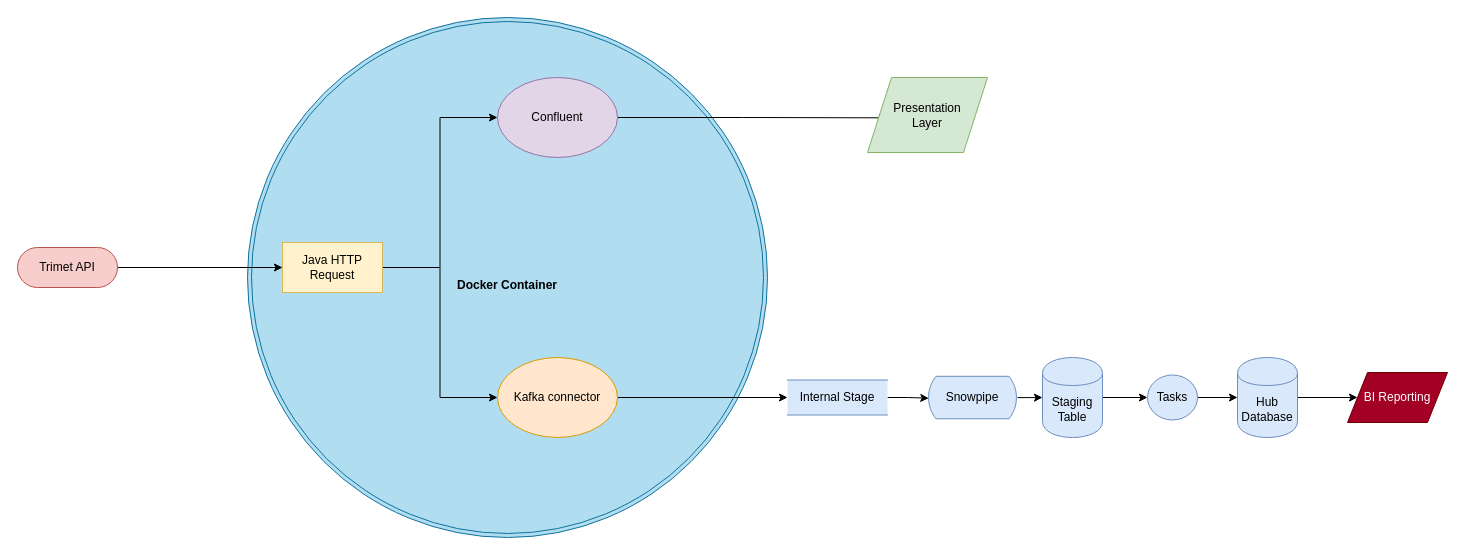
This is page "Version 2" (2 of 2) of Transportation Hub DFD.drawio from ResourceDataInc/TransportationHub, a draw.io file, before an edit. Source tidied: cells renumbered, new cells numbered last; positions are measured from the earlier drawing's top-left corner, leaving out a move shared by most shapes. Both pictures are drawn from the tidied source at 100%, with x=0, y=0 at pixel (17, 17).
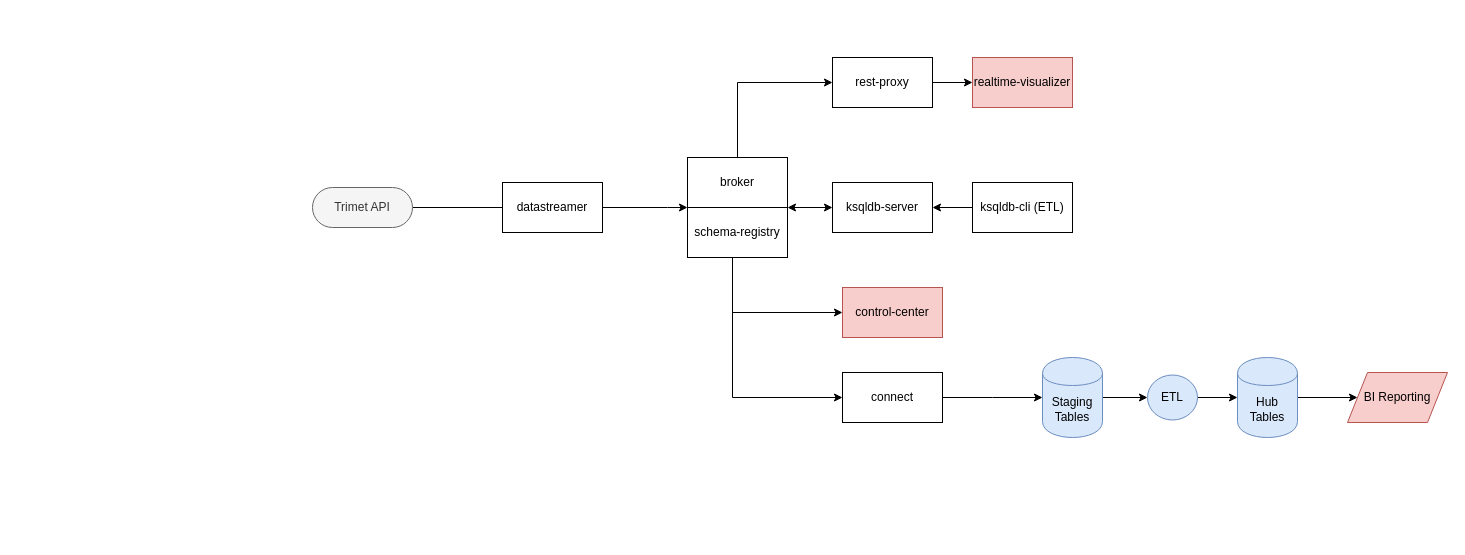
After the change.

What changed in the source:
```diff
@@
-    <mxCell id="2" value="&lt;br&gt;&lt;b&gt;Docker Container&lt;/b&gt;" style="ellipse;shape=doubleEllipse;html=1;dashed=0;whiteSpace=wrap;fillColor=#b1ddf0;strokeColor=#10739e;" parent="1" vertex="1">
-      <mxGeometry x="230" width="520" height="520" as="geometry" />
-    </mxCell>
-    <mxCell id="3" style="edgeStyle=orthogonalEdgeStyle;rounded=0;jettySize=auto;html=1;exitX=1;exitY=0.5;exitDx=0;exitDy=0;entryX=0;entryY=0.5;entryDx=0;entryDy=0;" parent="1" edge="1" source="4" target="11">
-      <mxGeometry relative="1" as="geometry" />
-    </mxCell>
-    <mxCell id="4" value="Kafka connector" style="ellipse;whiteSpace=wrap;html=1;fillColor=#ffe6cc;strokeColor=#d79b00;" parent="1" vertex="1">
-      <mxGeometry x="480" y="340" width="120" height="80" as="geometry" />
-    </mxCell>
-    <mxCell id="5" style="edgeStyle=orthogonalEdgeStyle;rounded=0;jettySize=auto;html=1;" parent="1" edge="1" source="6" target="9">
-      <mxGeometry relative="1" as="geometry" />
+    <mxCell id="5" style="edgeStyle=orthogonalEdgeStyle;rounded=0;jettySize=auto;html=1;" parent="1" edge="1" source="6">
+      <mxGeometry relative="1" as="geometry">
+        <mxPoint x="560" y="190" as="targetPoint" />
+      </mxGeometry>
     </mxCell>
-    <mxCell id="6" value="Trimet API" style="html=1;dashed=0;whiteSpace=wrap;shape=mxgraph.dfd.start;fillColor=#f8cecc;strokeColor=#b85450;" parent="1" vertex="1">
-      <mxGeometry y="230" width="100" height="40" as="geometry" />
+    <mxCell id="6" value="Trimet API" style="html=1;dashed=0;whiteSpace=wrap;shape=mxgraph.dfd.start;fillColor=#f5f5f5;strokeColor=#666666;fontColor=#333333;" parent="1" vertex="1">
+      <mxGeometry x="295" y="170" width="100" height="40" as="geometry" />
     </mxCell>
-    <mxCell id="7" style="edgeStyle=orthogonalEdgeStyle;rounded=0;jettySize=auto;html=1;entryX=0;entryY=0.5;entryDx=0;entryDy=0;" parent="1" edge="1" source="9" target="4">
-      <mxGeometry relative="1" as="geometry" />
-    </mxCell>
-    <mxCell id="8" style="edgeStyle=orthogonalEdgeStyle;rounded=0;jettySize=auto;html=1;entryX=0;entryY=0.5;entryDx=0;entryDy=0;" parent="1" edge="1" source="9" target="17">
-      <mxGeometry relative="1" as="geometry" />
-    </mxCell>
-    <mxCell id="9" value="Java HTTP Request" style="html=1;dashed=0;whiteSpace=wrap;fillColor=#fff2cc;strokeColor=#d6b656;" parent="1" vertex="1">
-      <mxGeometry x="265" y="225" width="100" height="50" as="geometry" />
-    </mxCell>
-    <mxCell id="10" style="edgeStyle=orthogonalEdgeStyle;rounded=0;jettySize=auto;html=1;entryX=0.014;entryY=0.515;entryDx=0;entryDy=0;entryPerimeter=0;" parent="1" edge="1" source="11" target="13">
-      <mxGeometry relative="1" as="geometry" />
-    </mxCell>
-    <mxCell id="11" value="Internal Stage" style="html=1;dashed=0;whiteSpace=wrap;shape=partialRectangle;right=0;left=0;fillColor=#dae8fc;strokeColor=#6c8ebf;" parent="1" vertex="1">
-      <mxGeometry x="770" y="362.5" width="100" height="35" as="geometry" />
-    </mxCell>
-    <mxCell id="12" style="edgeStyle=orthogonalEdgeStyle;rounded=0;jettySize=auto;html=1;" parent="1" edge="1" source="13" target="15">
-      <mxGeometry relative="1" as="geometry" />
-    </mxCell>
-    <mxCell id="13" value="Snowpipe" style="html=1;dashed=0;whiteSpace=wrap;shape=mxgraph.dfd.loop;fillColor=#dae8fc;strokeColor=#6c8ebf;" parent="1" vertex="1">
-      <mxGeometry x="910" y="358.8" width="90" height="42.5" as="geometry" />
-    </mxCell>
@@
-    <mxCell id="15" value="Staging Table" style="shape=cylinder;whiteSpace=wrap;html=1;boundedLbl=1;backgroundOutline=1;fillColor=#dae8fc;strokeColor=#6c8ebf;" parent="1" vertex="1">
+    <mxCell id="15" value="Staging Tables" style="shape=cylinder;whiteSpace=wrap;html=1;boundedLbl=1;backgroundOutline=1;fillColor=#dae8fc;strokeColor=#6c8ebf;" parent="1" vertex="1">
       <mxGeometry x="1025" y="340" width="60" height="80" as="geometry" />
     </mxCell>
-    <mxCell id="16" style="edgeStyle=orthogonalEdgeStyle;rounded=0;jettySize=auto;html=1;entryX=0.167;entryY=0.538;entryDx=0;entryDy=0;entryPerimeter=0;" parent="1" edge="1" source="17" target="18">
-      <mxGeometry relative="1" as="geometry" />
-    </mxCell>
-    <mxCell id="17" value="Confluent" style="ellipse;whiteSpace=wrap;html=1;fillColor=#e1d5e7;strokeColor=#9673a6;" parent="1" vertex="1">
-      <mxGeometry x="480" y="60" width="120" height="80" as="geometry" />
-    </mxCell>
-    <mxCell id="18" value="Presentation&lt;br&gt;Layer" style="shape=parallelogram;perimeter=parallelogramPerimeter;whiteSpace=wrap;html=1;dashed=0;fillColor=#d5e8d4;strokeColor=#82b366;" parent="1" vertex="1">
-      <mxGeometry x="850" y="60" width="120" height="75" as="geometry" />
-    </mxCell>
@@
-    <mxCell id="20" value="Tasks" style="shape=ellipse;html=1;dashed=0;whiteSpace=wrap;perimeter=ellipsePerimeter;fillColor=#dae8fc;strokeColor=#6c8ebf;" parent="1" vertex="1">
+    <mxCell id="20" value="ETL" style="shape=ellipse;html=1;dashed=0;whiteSpace=wrap;perimeter=ellipsePerimeter;fillColor=#dae8fc;strokeColor=#6c8ebf;" parent="1" vertex="1">
       <mxGeometry x="1130" y="357.5" width="50" height="45" as="geometry" />
     </mxCell>
@@
-    <mxCell id="22" value="Hub Database" style="shape=cylinder;whiteSpace=wrap;html=1;boundedLbl=1;backgroundOutline=1;fillColor=#dae8fc;strokeColor=#6c8ebf;" parent="1" vertex="1">
+    <mxCell id="22" value="Hub Tables" style="shape=cylinder;whiteSpace=wrap;html=1;boundedLbl=1;backgroundOutline=1;fillColor=#dae8fc;strokeColor=#6c8ebf;" parent="1" vertex="1">
       <mxGeometry x="1220" y="340" width="60" height="80" as="geometry" />
     </mxCell>
-    <mxCell id="23" value="BI Reporting" style="shape=parallelogram;perimeter=parallelogramPerimeter;whiteSpace=wrap;html=1;dashed=0;fillColor=#a20025;fontColor=#ffffff;strokeColor=#6F0000;" parent="1" vertex="1">
+    <mxCell id="23" value="BI Reporting" style="shape=parallelogram;perimeter=parallelogramPerimeter;whiteSpace=wrap;html=1;dashed=0;fillColor=#f8cecc;strokeColor=#b85450;" parent="1" vertex="1">
       <mxGeometry x="1330" y="355" width="100" height="50" as="geometry" />
     </mxCell>
+    <mxCell id="24" style="edgeStyle=orthogonalEdgeStyle;rounded=0;jettySize=auto;html=1;entryX=0;entryY=0.5;entryDx=0;entryDy=0;exitX=0.5;exitY=0;exitDx=0;exitDy=0;" parent="1" edge="1" source="25" target="34">
+      <mxGeometry relative="1" as="geometry" />
+    </mxCell>
+    <mxCell id="25" value="broker" style="html=1;dashed=0;whiteSpace=wrap;" parent="1" vertex="1">
+      <mxGeometry x="670" y="140" width="100" height="50" as="geometry" />
+    </mxCell>
+    <mxCell id="26" style="edgeStyle=orthogonalEdgeStyle;rounded=0;jettySize=auto;html=1;entryX=0;entryY=0.5;entryDx=0;entryDy=0;" parent="1" edge="1" source="28" target="38">
+      <mxGeometry relative="1" as="geometry">
+        <Array as="points">
+          <mxPoint x="715" y="295" />
+        </Array>
+      </mxGeometry>
+    </mxCell>
+    <mxCell id="27" style="edgeStyle=orthogonalEdgeStyle;rounded=0;jettySize=auto;html=1;entryX=0;entryY=0.5;entryDx=0;entryDy=0;" parent="1" edge="1" source="28" target="30">
+      <mxGeometry relative="1" as="geometry">
+        <Array as="points">
+          <mxPoint x="715" y="380" />
+        </Array>
+      </mxGeometry>
+    </mxCell>
+    <mxCell id="28" value="schema-registry" style="html=1;dashed=0;whiteSpace=wrap;" parent="1" vertex="1">
+      <mxGeometry x="670" y="190" width="100" height="50" as="geometry" />
+    </mxCell>
+    <mxCell id="29" style="edgeStyle=orthogonalEdgeStyle;rounded=0;jettySize=auto;html=1;entryX=0;entryY=0.5;entryDx=0;entryDy=0;" parent="1" edge="1" source="30">
+      <mxGeometry relative="1" as="geometry">
+        <mxPoint x="1025" y="380" as="targetPoint" />
+      </mxGeometry>
+    </mxCell>
+    <mxCell id="30" value="connect" style="html=1;dashed=0;whiteSpace=wrap;" parent="1" vertex="1">
+      <mxGeometry x="825" y="355" width="100" height="50" as="geometry" />
+    </mxCell>
+    <mxCell id="31" style="edgeStyle=orthogonalEdgeStyle;rounded=0;jettySize=auto;html=1;entryX=0;entryY=0;entryDx=0;entryDy=0;" parent="1" edge="1" source="32" target="28">
+      <mxGeometry relative="1" as="geometry">
+        <Array as="points">
+          <mxPoint x="650" y="190" />
+          <mxPoint x="650" y="190" />
+        </Array>
+      </mxGeometry>
+    </mxCell>
+    <mxCell id="32" value="datastreamer" style="html=1;dashed=0;whiteSpace=wrap;" parent="1" vertex="1">
+      <mxGeometry x="485" y="165" width="100" height="50" as="geometry" />
+    </mxCell>
+    <mxCell id="33" style="edgeStyle=orthogonalEdgeStyle;rounded=0;jettySize=auto;html=1;entryX=0;entryY=0.5;entryDx=0;entryDy=0;" parent="1" edge="1" source="34" target="40">
+      <mxGeometry relative="1" as="geometry" />
+    </mxCell>
+    <mxCell id="34" value="rest-proxy" style="html=1;dashed=0;whiteSpace=wrap;" parent="1" vertex="1">
+      <mxGeometry x="815" y="40" width="100" height="50" as="geometry" />
+    </mxCell>
+    <mxCell id="35" value="ksqldb-server" style="html=1;dashed=0;whiteSpace=wrap;" parent="1" vertex="1">
+      <mxGeometry x="815" y="165" width="100" height="50" as="geometry" />
+    </mxCell>
+    <mxCell id="36" style="edgeStyle=orthogonalEdgeStyle;rounded=0;jettySize=auto;html=1;entryX=1;entryY=0.5;entryDx=0;entryDy=0;" parent="1" edge="1" source="37" target="35">
+      <mxGeometry relative="1" as="geometry" />
+    </mxCell>
+    <mxCell id="37" value="ksqldb-cli (ETL)" style="html=1;dashed=0;whiteSpace=wrap;" parent="1" vertex="1">
+      <mxGeometry x="955" y="165" width="100" height="50" as="geometry" />
+    </mxCell>
+    <mxCell id="38" value="control-center" style="html=1;dashed=0;whiteSpace=wrap;fillColor=#f8cecc;strokeColor=#b85450;" parent="1" vertex="1">
+      <mxGeometry x="825" y="270" width="100" height="50" as="geometry" />
+    </mxCell>
+    <mxCell id="39" style="endArrow=classic;startArrow=classic;html=1;rounded=0;exitX=1;exitY=0;exitDx=0;exitDy=0;entryX=0;entryY=0.5;entryDx=0;entryDy=0;" parent="1" edge="1" source="28" target="35">
+      <mxGeometry relative="1" as="geometry" />
+    </mxCell>
+    <mxCell id="40" value="realtime-visualizer" style="html=1;dashed=0;whiteSpace=wrap;fillColor=#f8cecc;strokeColor=#b85450;" parent="1" vertex="1">
+      <mxGeometry x="955" y="40" width="100" height="50" as="geometry" />
+    </mxCell>
```
